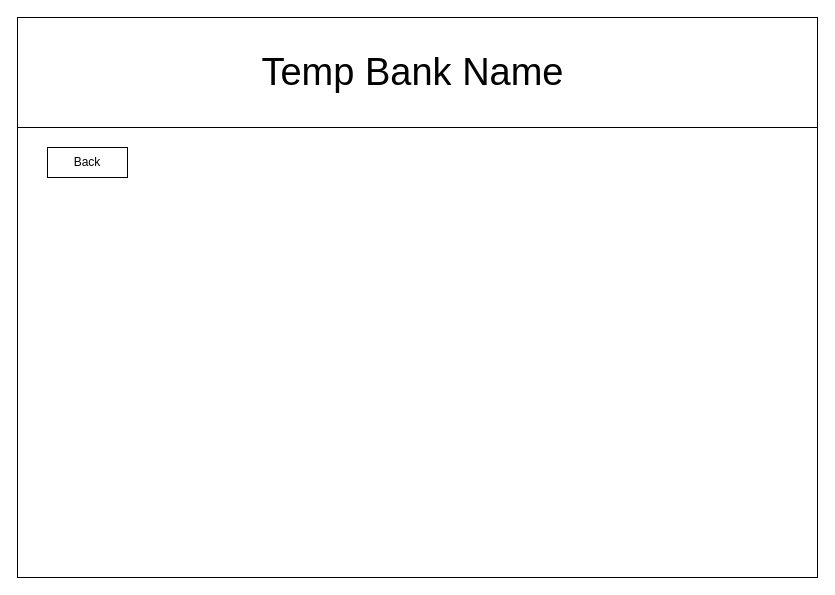
The draw.io diagram transferPage.drawio in CKozlowski01/CMP9134-SoftwareEngineering, before the edit. Source tidied: cells renumbered, new cells numbered last; positions are measured from the earlier drawing's top-left corner, leaving out a move shared by most shapes. Both pictures are drawn from the tidied source at 100%, with x=0, y=0 at pixel (17, 17).
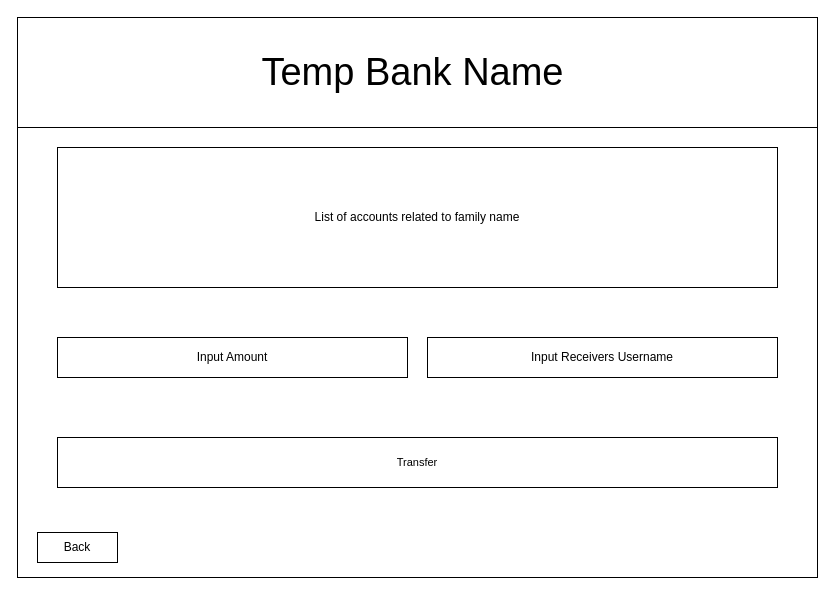
The same diagram, later.

Commit message:
Transfer Gui

Change to the diagram source:
```diff
@@
 <mxGraphModel>
   <root>
     <mxCell id="0" />
     <mxCell id="1" parent="0" />
     <mxCell id="2" style="rounded=0;whiteSpace=wrap;html=1;" parent="1" vertex="1">
       <mxGeometry width="800" height="560" as="geometry" />
     </mxCell>
     <mxCell id="3" style="rounded=0;whiteSpace=wrap;html=1;" parent="1" vertex="1">
       <mxGeometry width="800" height="110" as="geometry" />
     </mxCell>
     <mxCell id="4" value="&lt;font style=&quot;font-size: 38px;&quot;&gt;Temp Bank Name&lt;/font&gt;&lt;span style=&quot;&quot;&gt;&lt;/span&gt;" style="text;html=1;strokeColor=none;fillColor=none;align=center;verticalAlign=middle;whiteSpace=wrap;rounded=0;" parent="1" vertex="1">
       <mxGeometry x="188" y="40" width="415" height="30" as="geometry" />
     </mxCell>
     <mxCell id="5" style="rounded=0;whiteSpace=wrap;html=1;" parent="1" vertex="1">
-      <mxGeometry x="30" y="130" width="80" height="30" as="geometry" />
+      <mxGeometry x="20" y="515" width="80" height="30" as="geometry" />
     </mxCell>
     <mxCell id="6" value="Back" style="text;html=1;strokeColor=none;fillColor=none;align=center;verticalAlign=middle;whiteSpace=wrap;rounded=0;" parent="1" vertex="1">
-      <mxGeometry x="40" y="130" width="60" height="30" as="geometry" />
+      <mxGeometry x="30" y="515" width="60" height="30" as="geometry" />
     </mxCell>
+    <mxCell id="7" value="List of accounts related to family name" style="rounded=0;whiteSpace=wrap;html=1;" parent="1" vertex="1">
+      <mxGeometry x="40" y="130" width="720" height="140" as="geometry" />
+    </mxCell>
+    <mxCell id="8" value="Input Amount" style="rounded=0;whiteSpace=wrap;html=1;" parent="1" vertex="1">
+      <mxGeometry x="40" y="320" width="350" height="40" as="geometry" />
+    </mxCell>
+    <mxCell id="9" value="Input Receivers Username" style="rounded=0;whiteSpace=wrap;html=1;" parent="1" vertex="1">
+      <mxGeometry x="410" y="320" width="350" height="40" as="geometry" />
+    </mxCell>
+    <mxCell id="10" value="Transfer" style="rounded=0;whiteSpace=wrap;html=1;fontSize=11;" parent="1" vertex="1">
+      <mxGeometry x="40" y="420" width="720" height="50" as="geometry" />
+    </mxCell>
   </root>
 </mxGraphModel>
```
